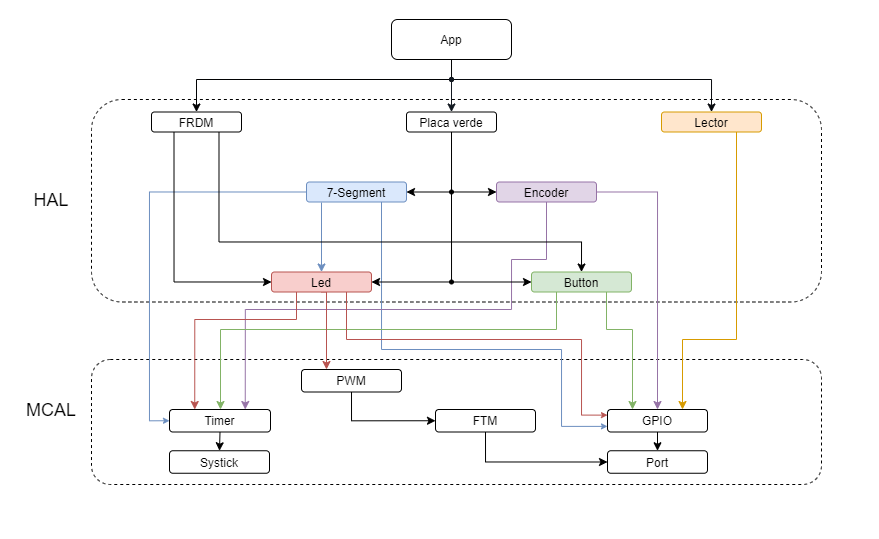
tlondero/LaboDeMicros keeps this draw.io diagram as TP1/esquema_drivers.png. Above is the earlier version. Source tidied: cells renumbered, new cells last; positions are measured from the earlier drawing's top-left corner, leaving out a move shared by most shapes.
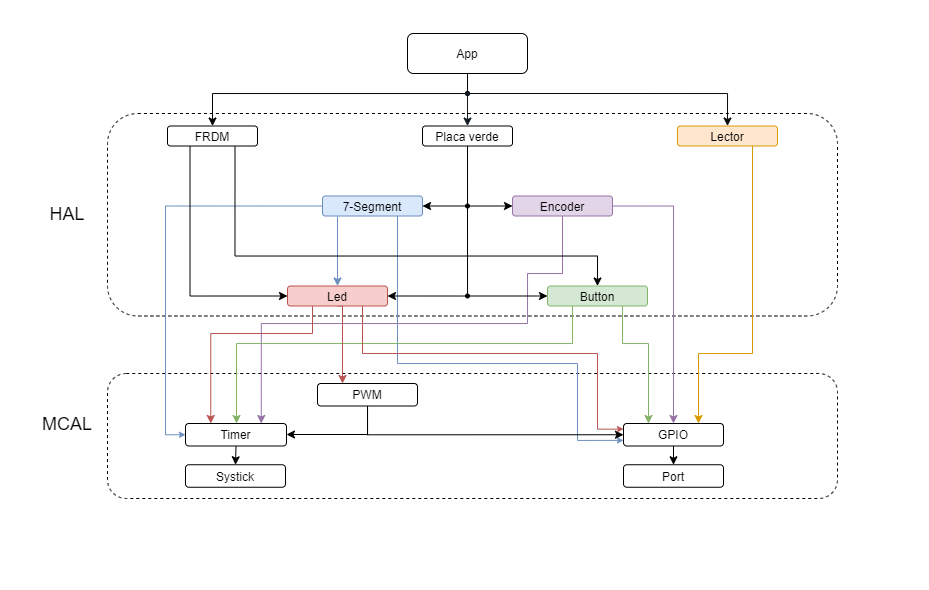
Later version of the same file.

Commit message:
cambio esquema drivers

What changed in the source:
```diff
@@ -2,12 +2,12 @@
   <root>
     <mxCell id="0" />
     <mxCell id="1" parent="0" />
-    <mxCell id="2" style="rounded=1;whiteSpace=wrap;html=1;dashed=1;" parent="1" vertex="1">
-      <mxGeometry x="60" y="80" width="730" height="202.5" as="geometry" />
-    </mxCell>
-    <mxCell id="3" style="rounded=1;whiteSpace=wrap;html=1;dashed=1;" parent="1" vertex="1">
-      <mxGeometry x="60" y="340" width="730" height="125" as="geometry" />
-    </mxCell>
+    <mxCell id="44" style="rounded=1;whiteSpace=wrap;html=1;dashed=1;" parent="1" vertex="1">
+      <mxGeometry x="60" y="80" width="730" height="202.5" as="geometry" />
+    </mxCell>
+    <mxCell id="45" style="rounded=1;whiteSpace=wrap;html=1;dashed=1;" parent="1" vertex="1">
+      <mxGeometry x="60" y="340" width="730" height="125" as="geometry" />
+    </mxCell>
     <mxCell id="4" style="edgeStyle=orthogonalEdgeStyle;rounded=0;jettySize=auto;html=1;exitX=0.5;exitY=1;exitDx=0;exitDy=0;entryX=0.5;entryY=0;entryDx=0;entryDy=0;startArrow=none;startFill=0;endArrow=classic;endFill=1;fillColor=#dae8fc;strokeColor=#010203;" parent="1" edge="1" source="5" target="43">
       <mxGeometry relative="1" as="geometry">
         <Array as="points">
@@ -25,16 +25,16 @@
     <mxCell id="7" value="GPIO" style="rounded=1;whiteSpace=wrap;html=1;" parent="1" vertex="1">
       <mxGeometry x="576" y="390" width="100" height="22.5" as="geometry" />
     </mxCell>
-    <mxCell id="8" style="edgeStyle=orthogonalEdgeStyle;rounded=0;jettySize=auto;html=1;startArrow=classic;startFill=1;endArrow=oval;endFill=1;startSize=6;endSize=4;" parent="1" edge="1" source="12">
-      <mxGeometry relative="1" as="geometry">
-        <mxPoint x="420" y="172.5" as="targetPoint" />
-      </mxGeometry>
-    </mxCell>
-    <mxCell id="9" style="edgeStyle=orthogonalEdgeStyle;rounded=0;jettySize=auto;html=1;entryX=0.5;entryY=0;entryDx=0;entryDy=0;startArrow=none;startFill=0;endArrow=classic;endFill=1;fillColor=#dae8fc;strokeColor=#6c8ebf;" parent="1" edge="1" target="40">
-      <mxGeometry relative="1" as="geometry">
-        <mxPoint x="290" y="183" as="sourcePoint" />
-      </mxGeometry>
-    </mxCell>
+    <mxCell id="46" style="edgeStyle=orthogonalEdgeStyle;rounded=0;jettySize=auto;html=1;startArrow=classic;startFill=1;endArrow=oval;endFill=1;startSize=6;endSize=4;" parent="1" edge="1" source="12">
+      <mxGeometry relative="1" as="geometry">
+        <mxPoint x="420" y="172.5" as="targetPoint" />
+      </mxGeometry>
+    </mxCell>
+    <mxCell id="47" style="edgeStyle=orthogonalEdgeStyle;rounded=0;jettySize=auto;html=1;entryX=0.5;entryY=0;entryDx=0;entryDy=0;startArrow=none;startFill=0;endArrow=classic;endFill=1;fillColor=#dae8fc;strokeColor=#6c8ebf;" parent="1" edge="1" target="40">
+      <mxGeometry relative="1" as="geometry">
+        <mxPoint x="290" y="183" as="sourcePoint" />
+      </mxGeometry>
+    </mxCell>
     <mxCell id="10" style="edgeStyle=orthogonalEdgeStyle;rounded=0;jettySize=auto;html=1;exitX=0.75;exitY=1;exitDx=0;exitDy=0;entryX=0;entryY=0.75;entryDx=0;entryDy=0;startArrow=none;startFill=0;startSize=6;endArrow=classic;endFill=1;endSize=4;strokeColor=#6c8ebf;fillColor=#dae8fc;" parent="1" edge="1" source="12" target="7">
       <mxGeometry relative="1" as="geometry">
         <Array as="points">
@@ -58,14 +58,14 @@
         </Array>
       </mxGeometry>
     </mxCell>
-    <mxCell id="14" style="edgeStyle=orthogonalEdgeStyle;rounded=0;jettySize=auto;html=1;exitX=0.5;exitY=0;exitDx=0;exitDy=0;startArrow=classic;startFill=1;endArrow=oval;endFill=1;fillColor=#dae8fc;startSize=6;endSize=4;strokeColor=#07090D;" parent="1" edge="1" source="15">
-      <mxGeometry relative="1" as="geometry">
-        <mxPoint x="420" y="60" as="targetPoint" />
-        <Array as="points">
-          <mxPoint x="680" y="60" />
-        </Array>
-      </mxGeometry>
-    </mxCell>
+    <mxCell id="48" style="edgeStyle=orthogonalEdgeStyle;rounded=0;jettySize=auto;html=1;exitX=0.5;exitY=0;exitDx=0;exitDy=0;startArrow=classic;startFill=1;endArrow=oval;endFill=1;fillColor=#dae8fc;startSize=6;endSize=4;strokeColor=#07090D;" parent="1" edge="1" source="15">
+      <mxGeometry relative="1" as="geometry">
+        <mxPoint x="420" y="60" as="targetPoint" />
+        <Array as="points">
+          <mxPoint x="680" y="60" />
+        </Array>
+      </mxGeometry>
+    </mxCell>
     <mxCell id="15" value="Lector" style="rounded=1;whiteSpace=wrap;html=1;fillColor=#ffe6cc;strokeColor=#d79b00;" parent="1" vertex="1">
       <mxGeometry x="630" y="92.5" width="100" height="20" as="geometry" />
     </mxCell>
@@ -91,11 +91,11 @@
     <mxCell id="20" style="edgeStyle=orthogonalEdgeStyle;rounded=0;jettySize=auto;html=1;exitX=0.5;exitY=1;exitDx=0;exitDy=0;entryX=0;entryY=0.5;entryDx=0;entryDy=0;startArrow=none;startFill=0;endArrow=classic;endFill=1;" parent="1" edge="1" source="22" target="19">
       <mxGeometry relative="1" as="geometry" />
     </mxCell>
-    <mxCell id="21" style="edgeStyle=orthogonalEdgeStyle;rounded=0;jettySize=auto;html=1;exitX=0.5;exitY=0;exitDx=0;exitDy=0;startArrow=classic;startFill=1;endArrow=oval;endFill=1;fillColor=#dae8fc;startSize=6;endSize=4;strokeColor=#131921;" parent="1" edge="1" source="22">
-      <mxGeometry relative="1" as="geometry">
-        <mxPoint x="420" y="60" as="targetPoint" />
-      </mxGeometry>
-    </mxCell>
+    <mxCell id="49" style="edgeStyle=orthogonalEdgeStyle;rounded=0;jettySize=auto;html=1;exitX=0.5;exitY=0;exitDx=0;exitDy=0;startArrow=classic;startFill=1;endArrow=oval;endFill=1;fillColor=#dae8fc;startSize=6;endSize=4;strokeColor=#131921;" parent="1" edge="1" source="22">
+      <mxGeometry relative="1" as="geometry">
+        <mxPoint x="420" y="60" as="targetPoint" />
+      </mxGeometry>
+    </mxCell>
     <mxCell id="22" value="Placa verde" style="rounded=1;whiteSpace=wrap;html=1;" parent="1" vertex="1">
       <mxGeometry x="375" y="92.5" width="90" height="20" as="geometry" />
     </mxCell>
@@ -114,23 +114,24 @@
     <mxCell id="27" value="Timer" style="rounded=1;whiteSpace=wrap;html=1;" parent="1" vertex="1">
       <mxGeometry x="138" y="390" width="101" height="22.5" as="geometry" />
     </mxCell>
-    <mxCell id="28" style="edgeStyle=orthogonalEdgeStyle;rounded=0;jettySize=auto;html=1;exitX=0.5;exitY=1;exitDx=0;exitDy=0;entryX=0;entryY=0.5;entryDx=0;entryDy=0;" parent="1" edge="1" source="29" target="25">
-      <mxGeometry relative="1" as="geometry" />
-    </mxCell>
-    <mxCell id="29" value="FTM" style="rounded=1;whiteSpace=wrap;html=1;" parent="1" vertex="1">
-      <mxGeometry x="404" y="390" width="100" height="22.5" as="geometry" />
-    </mxCell>
-    <mxCell id="30" style="edgeStyle=orthogonalEdgeStyle;rounded=0;jettySize=auto;html=1;exitX=0.5;exitY=1;exitDx=0;exitDy=0;entryX=0;entryY=0.5;entryDx=0;entryDy=0;startArrow=none;startFill=0;endArrow=classic;endFill=1;" parent="1" edge="1" source="31" target="29">
-      <mxGeometry relative="1" as="geometry" />
-    </mxCell>
+    <mxCell id="50" style="edgeStyle=orthogonalEdgeStyle;rounded=0;jettySize=auto;html=1;exitX=0.5;exitY=1;exitDx=0;exitDy=0;entryX=0;entryY=0.5;entryDx=0;entryDy=0;startArrow=none;startFill=0;endArrow=classic;endFill=1;" parent="1" edge="1" source="31" target="7">
+      <mxGeometry relative="1" as="geometry" />
+    </mxCell>
+    <mxCell id="51" style="edgeStyle=orthogonalEdgeStyle;rounded=0;jettySize=auto;html=1;" parent="1" edge="1" source="31" target="27">
+      <mxGeometry relative="1" as="geometry">
+        <Array as="points">
+          <mxPoint x="320" y="401" />
+        </Array>
+      </mxGeometry>
+    </mxCell>
     <mxCell id="31" value="PWM" style="rounded=1;whiteSpace=wrap;html=1;" parent="1" vertex="1">
       <mxGeometry x="270" y="350" width="100" height="22.5" as="geometry" />
     </mxCell>
-    <mxCell id="32" style="edgeStyle=orthogonalEdgeStyle;rounded=0;jettySize=auto;html=1;exitX=0;exitY=0.5;exitDx=0;exitDy=0;startArrow=classic;startFill=1;endArrow=oval;endFill=1;endSize=4;" parent="1" edge="1" source="35">
-      <mxGeometry relative="1" as="geometry">
-        <mxPoint x="420" y="262.5" as="targetPoint" />
-      </mxGeometry>
-    </mxCell>
+    <mxCell id="52" style="edgeStyle=orthogonalEdgeStyle;rounded=0;jettySize=auto;html=1;exitX=0;exitY=0.5;exitDx=0;exitDy=0;startArrow=classic;startFill=1;endArrow=oval;endFill=1;endSize=4;" parent="1" edge="1" source="35">
+      <mxGeometry relative="1" as="geometry">
+        <mxPoint x="420" y="262.5" as="targetPoint" />
+      </mxGeometry>
+    </mxCell>
     <mxCell id="33" style="edgeStyle=orthogonalEdgeStyle;rounded=0;jettySize=auto;html=1;exitX=0.75;exitY=1;exitDx=0;exitDy=0;entryX=0.25;entryY=0;entryDx=0;entryDy=0;startArrow=none;startFill=0;endArrow=classic;endFill=1;fillColor=#d5e8d4;strokeColor=#82b366;" parent="1" edge="1" source="35" target="7">
       <mxGeometry relative="1" as="geometry">
         <Array as="points">
@@ -150,11 +151,11 @@
     <mxCell id="35" value="Button" style="rounded=1;whiteSpace=wrap;html=1;fillColor=#d5e8d4;strokeColor=#82b366;" parent="1" vertex="1">
       <mxGeometry x="500" y="252.5" width="100" height="20" as="geometry" />
     </mxCell>
-    <mxCell id="36" style="edgeStyle=orthogonalEdgeStyle;rounded=0;jettySize=auto;html=1;exitX=1;exitY=0.5;exitDx=0;exitDy=0;startArrow=classic;startFill=1;endArrow=none;endFill=0;" parent="1" edge="1" source="40">
-      <mxGeometry relative="1" as="geometry">
-        <mxPoint x="420" y="172.5" as="targetPoint" />
-      </mxGeometry>
-    </mxCell>
+    <mxCell id="53" style="edgeStyle=orthogonalEdgeStyle;rounded=0;jettySize=auto;html=1;exitX=1;exitY=0.5;exitDx=0;exitDy=0;startArrow=classic;startFill=1;endArrow=none;endFill=0;" parent="1" edge="1" source="40">
+      <mxGeometry relative="1" as="geometry">
+        <mxPoint x="420" y="172.5" as="targetPoint" />
+      </mxGeometry>
+    </mxCell>
     <mxCell id="37" style="edgeStyle=orthogonalEdgeStyle;rounded=0;jettySize=auto;html=1;exitX=0.5;exitY=1;exitDx=0;exitDy=0;entryX=0.25;entryY=0;entryDx=0;entryDy=0;startArrow=none;startFill=0;endArrow=classic;endFill=1;fillColor=#f8cecc;strokeColor=#b85450;" parent="1" edge="1" source="40" target="31">
       <mxGeometry relative="1" as="geometry">
         <Array as="points">
```
